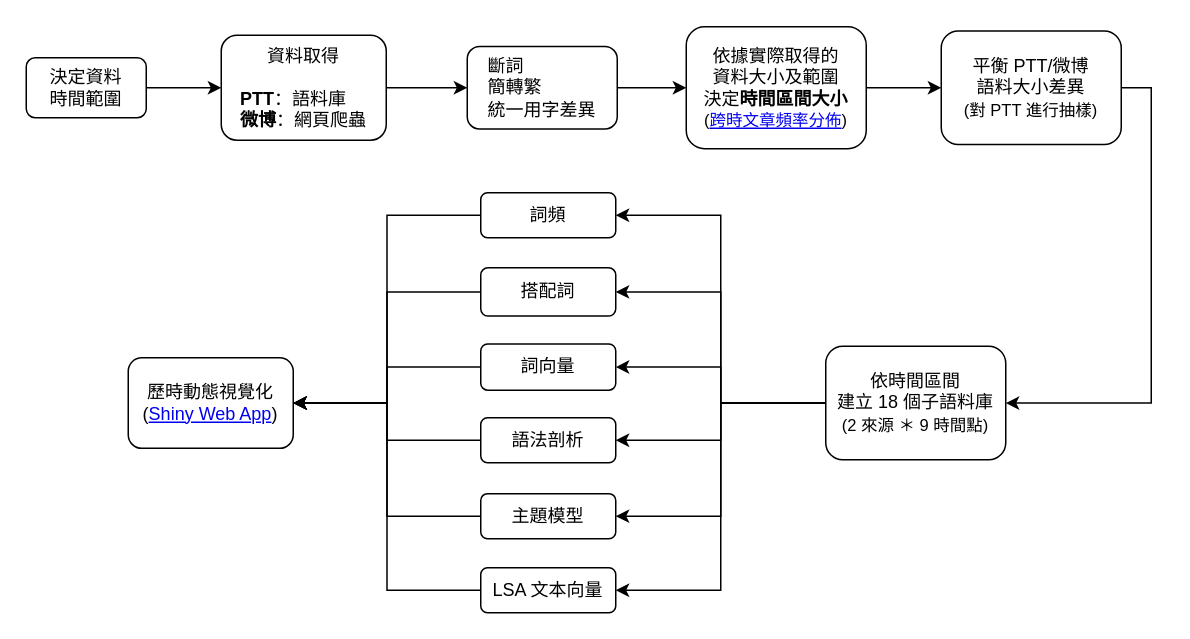
The draw.io diagram docs/data_process.drawio in rlads2021/TA-project, before the edit. Source tidied: cells renumbered, new cells numbered last; positions are measured from the earlier drawing's top-left corner, leaving out a move shared by most shapes. Both pictures are drawn from the tidied source at 150%, with x=0, y=0 at pixel (26, 26).
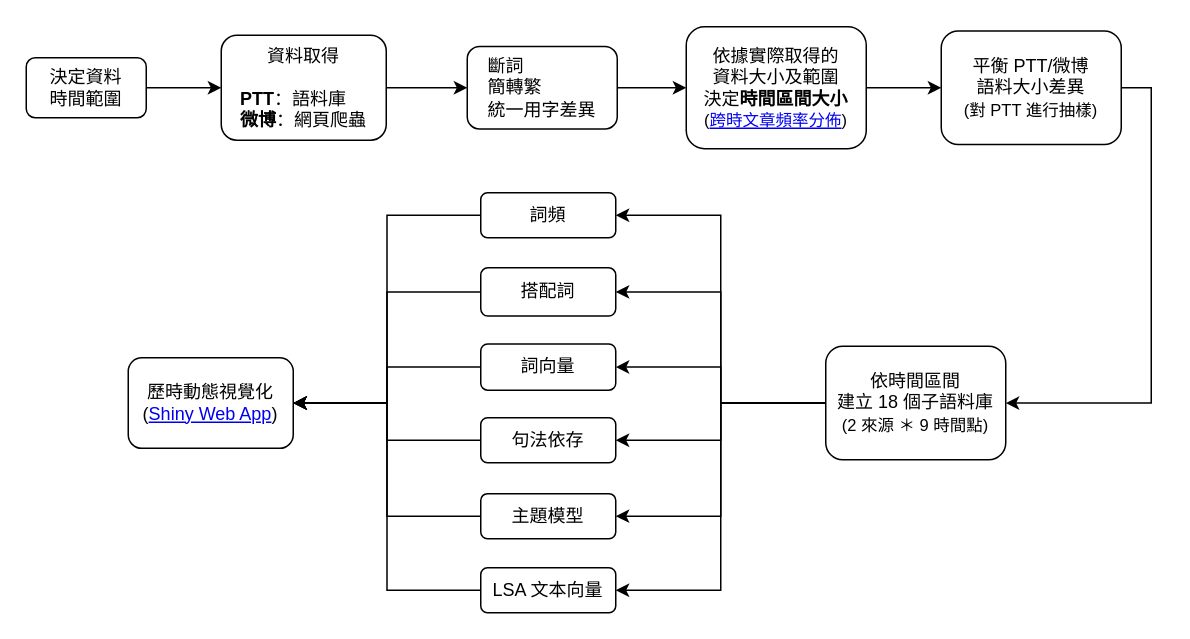
Above is the later version.

What changed in the source:
```diff
@@
-    <mxCell id="24" value="語法剖析" style="rounded=1;whiteSpace=wrap;html=1;fontSize=12;glass=0;strokeWidth=1;shadow=0;" parent="1" vertex="1">
+    <mxCell id="24" value="句法依存" style="rounded=1;whiteSpace=wrap;html=1;fontSize=12;glass=0;strokeWidth=1;shadow=0;" parent="1" vertex="1">
       <mxGeometry x="303" y="261" width="90" height="30" as="geometry" />
     </mxCell>
```
